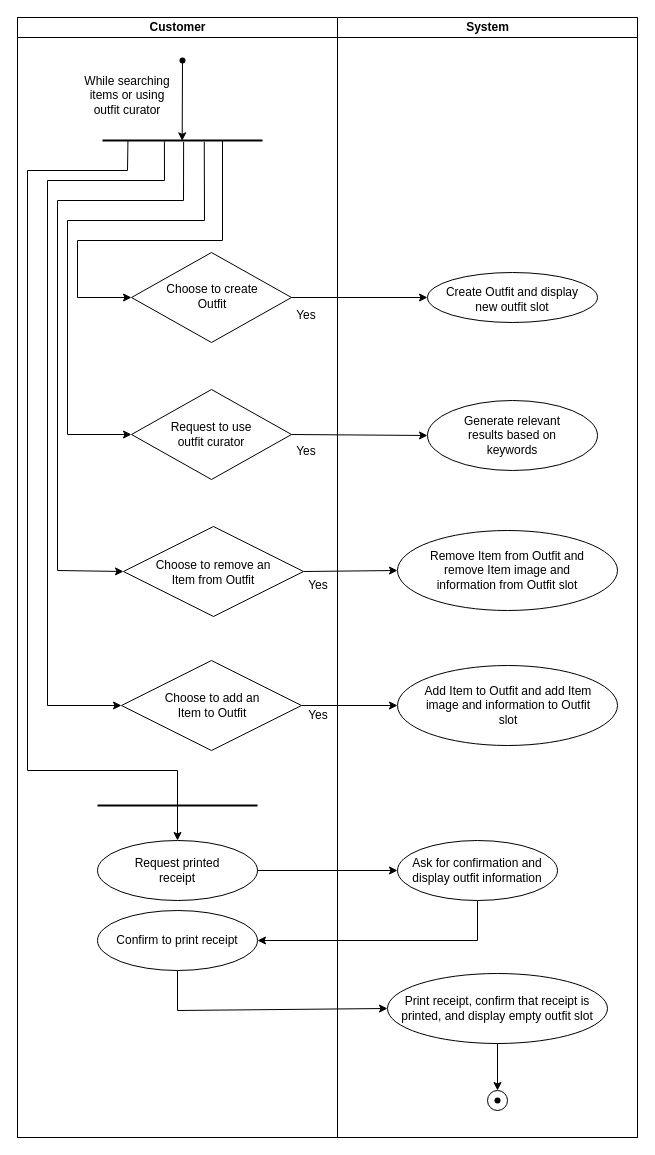
The draw.io diagram GroupAssignment2_Activity.drawio in CS3560-02-6-A/MallKioskSystem, before the edit. Source tidied: cells renumbered, new cells numbered last; positions are measured from the earlier drawing's top-left corner, leaving out a move shared by most shapes. Both pictures are drawn from the tidied source at 100%, with x=0, y=0 at pixel (17, 17).
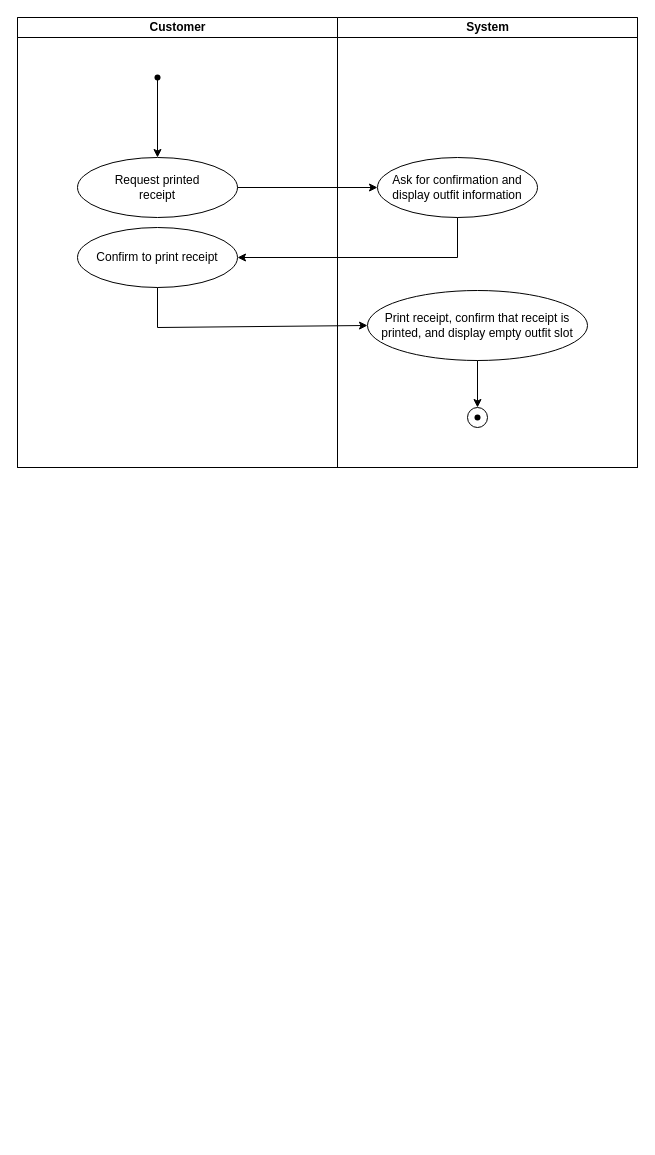
After the change.

What changed in the source:
```diff
@@
     <mxCell id="2" style="swimlane;startSize=0;html=1;" parent="1" vertex="1">
-      <mxGeometry width="620" height="1120" as="geometry" />
+      <mxGeometry width="620" height="450" as="geometry" />
     </mxCell>
     <mxCell id="3" value="Customer" style="swimlane;startSize=20;html=1;" parent="2" vertex="1">
-      <mxGeometry width="320" height="1120" as="geometry" />
+      <mxGeometry width="320" height="450" as="geometry" />
     </mxCell>
-    <mxCell id="4" value="While searching items or using outfit curator" style="text;html=1;whiteSpace=wrap;strokeColor=none;fillColor=none;align=center;verticalAlign=middle;rounded=0;" parent="3" vertex="1">
-      <mxGeometry x="60" y="53" width="100" height="50" as="geometry" />
-    </mxCell>
-    <mxCell id="5" style="rhombus;whiteSpace=wrap;html=1;" parent="3" vertex="1">
-      <mxGeometry x="114" y="235" width="160" height="90" as="geometry" />
-    </mxCell>
-    <mxCell id="6" value="Choose to create Outfit" style="text;html=1;whiteSpace=wrap;strokeColor=none;fillColor=none;align=center;verticalAlign=middle;rounded=0;" parent="3" vertex="1">
-      <mxGeometry x="145" y="259" width="100" height="40" as="geometry" />
-    </mxCell>
-    <mxCell id="7" style="rhombus;whiteSpace=wrap;html=1;" parent="3" vertex="1">
-      <mxGeometry x="114" y="372" width="160" height="90" as="geometry" />
-    </mxCell>
-    <mxCell id="8" style="rhombus;whiteSpace=wrap;html=1;" parent="3" vertex="1">
-      <mxGeometry x="106" y="509" width="180" height="90" as="geometry" />
-    </mxCell>
-    <mxCell id="9" value="Choose to remove an Item from Outfit" style="text;html=1;whiteSpace=wrap;strokeColor=none;fillColor=none;align=center;verticalAlign=middle;rounded=0;" parent="3" vertex="1">
-      <mxGeometry x="136" y="535" width="120" height="40" as="geometry" />
-    </mxCell>
-    <mxCell id="10" value="Yes" style="text;html=1;whiteSpace=wrap;strokeColor=none;fillColor=none;align=center;verticalAlign=middle;rounded=0;" parent="3" vertex="1">
-      <mxGeometry x="274" y="283" width="30" height="30" as="geometry" />
-    </mxCell>
-    <mxCell id="11" value="Yes" style="text;html=1;whiteSpace=wrap;strokeColor=none;fillColor=none;align=center;verticalAlign=middle;rounded=0;" parent="3" vertex="1">
-      <mxGeometry x="274" y="419" width="30" height="30" as="geometry" />
-    </mxCell>
-    <mxCell id="12" value="Yes" style="text;html=1;whiteSpace=wrap;strokeColor=none;fillColor=none;align=center;verticalAlign=middle;rounded=0;" parent="3" vertex="1">
-      <mxGeometry x="286" y="553" width="30" height="30" as="geometry" />
-    </mxCell>
-    <mxCell id="13" value="Request to use outfit curator" style="text;html=1;whiteSpace=wrap;strokeColor=none;fillColor=none;align=center;verticalAlign=middle;rounded=0;" parent="3" vertex="1">
-      <mxGeometry x="144" y="392" width="100" height="50" as="geometry" />
-    </mxCell>
-    <mxCell id="14" style="rhombus;whiteSpace=wrap;html=1;" parent="3" vertex="1">
-      <mxGeometry x="104" y="643" width="180" height="90" as="geometry" />
-    </mxCell>
-    <mxCell id="15" value="Choose to add an Item to Outfit" style="text;html=1;whiteSpace=wrap;strokeColor=none;fillColor=none;align=center;verticalAlign=middle;rounded=0;" parent="3" vertex="1">
-      <mxGeometry x="135" y="668" width="120" height="40" as="geometry" />
-    </mxCell>
-    <mxCell id="16" value="Yes" style="text;html=1;whiteSpace=wrap;strokeColor=none;fillColor=none;align=center;verticalAlign=middle;rounded=0;" parent="3" vertex="1">
-      <mxGeometry x="286" y="683" width="30" height="30" as="geometry" />
-    </mxCell>
+    <mxCell id="20" style="shape=waypoint;sketch=0;fillStyle=solid;size=6;points=[];fillColor=none;perimeter=centerPerimeter;snapToPoint=1;" parent="3" vertex="1">
+      <mxGeometry x="130" y="50" width="20" height="20" as="geometry" />
+    </mxCell>
+    <mxCell id="29" value="System" style="swimlane;startSize=20;html=1;" parent="2" vertex="1">
+      <mxGeometry x="320" width="300" height="450" as="geometry" />
+    </mxCell>
-    <mxCell id="17" style="ellipse;whiteSpace=wrap;html=1;" parent="3" vertex="1">
-      <mxGeometry x="80" y="823" width="160" height="60" as="geometry" />
+    <mxCell id="17" style="ellipse;whiteSpace=wrap;html=1;" parent="29" vertex="1">
+      <mxGeometry x="-260" y="140" width="160" height="60" as="geometry" />
     </mxCell>
-    <mxCell id="18" value="Request printed receipt" style="text;html=1;whiteSpace=wrap;strokeColor=none;fillColor=none;align=center;verticalAlign=middle;rounded=0;" parent="3" vertex="1">
-      <mxGeometry x="100" y="833" width="120" height="40" as="geometry" />
+    <mxCell id="18" value="Request printed receipt" style="text;html=1;whiteSpace=wrap;strokeColor=none;fillColor=none;align=center;verticalAlign=middle;rounded=0;" parent="29" vertex="1">
+      <mxGeometry x="-240" y="150" width="120" height="40" as="geometry" />
     </mxCell>
-    <mxCell id="19" value="Confirm to print receipt" style="ellipse;whiteSpace=wrap;html=1;" parent="3" vertex="1">
-      <mxGeometry x="80" y="893" width="160" height="60" as="geometry" />
+    <mxCell id="19" value="Confirm to print receipt" style="ellipse;whiteSpace=wrap;html=1;" parent="29" vertex="1">
+      <mxGeometry x="-260" y="210" width="160" height="60" as="geometry" />
     </mxCell>
-    <mxCell id="20" style="shape=waypoint;sketch=0;fillStyle=solid;size=6;points=[];fillColor=none;perimeter=centerPerimeter;snapToPoint=1;" parent="3" vertex="1">
-      <mxGeometry x="155" y="33" width="20" height="20" as="geometry" />
-    </mxCell>
-    <mxCell id="21" style="line;strokeWidth=2;html=1;" parent="3" vertex="1">
-      <mxGeometry x="80" y="783" width="160" height="10" as="geometry" />
-    </mxCell>
-    <mxCell id="22" style="line;strokeWidth=2;html=1;" parent="3" vertex="1">
-      <mxGeometry x="85" y="118" width="160" height="10" as="geometry" />
-    </mxCell>
-    <mxCell id="23" style="endArrow=classic;html=1;rounded=0;entryX=0.498;entryY=0.533;entryDx=0;entryDy=0;entryPerimeter=0;exitX=0.484;exitY=0.5;exitDx=0;exitDy=0;exitPerimeter=0;" parent="3" edge="1" source="20" target="22">
-      <mxGeometry relative="1" as="geometry" />
-    </mxCell>
-    <mxCell id="24" style="endArrow=classic;html=1;rounded=0;entryX=0;entryY=0.5;entryDx=0;entryDy=0;exitX=0.75;exitY=0.5;exitDx=0;exitDy=0;exitPerimeter=0;" parent="3" edge="1" source="22" target="5">
-      <mxGeometry relative="1" as="geometry">
-        <Array as="points">
-          <mxPoint x="205" y="223" />
-          <mxPoint x="60" y="223" />
-          <mxPoint x="60" y="280" />
-        </Array>
-      </mxGeometry>
-    </mxCell>
-    <mxCell id="25" style="endArrow=classic;html=1;rounded=0;entryX=0;entryY=0.5;entryDx=0;entryDy=0;exitX=0.636;exitY=0.643;exitDx=0;exitDy=0;exitPerimeter=0;" parent="3" edge="1" source="22" target="7">
-      <mxGeometry relative="1" as="geometry">
-        <Array as="points">
-          <mxPoint x="187" y="203" />
-          <mxPoint x="50" y="203" />
-          <mxPoint x="50" y="417" />
-        </Array>
-      </mxGeometry>
-    </mxCell>
-    <mxCell id="26" style="endArrow=classic;html=1;rounded=0;entryX=0;entryY=0.5;entryDx=0;entryDy=0;exitX=0.507;exitY=0.643;exitDx=0;exitDy=0;exitPerimeter=0;" parent="3" edge="1" source="22" target="8">
-      <mxGeometry relative="1" as="geometry">
-        <Array as="points">
-          <mxPoint x="166" y="183" />
-          <mxPoint x="40" y="183" />
-          <mxPoint x="40" y="553" />
-        </Array>
-      </mxGeometry>
-    </mxCell>
-    <mxCell id="27" style="endArrow=classic;html=1;rounded=0;entryX=0;entryY=0.5;entryDx=0;entryDy=0;exitX=0.387;exitY=0.592;exitDx=0;exitDy=0;exitPerimeter=0;" parent="3" edge="1" source="22" target="14">
-      <mxGeometry relative="1" as="geometry">
-        <Array as="points">
-          <mxPoint x="147" y="163" />
-          <mxPoint x="30" y="163" />
-          <mxPoint x="30" y="688" />
-        </Array>
-      </mxGeometry>
-    </mxCell>
-    <mxCell id="28" style="endArrow=classic;html=1;rounded=0;entryX=0.5;entryY=0;entryDx=0;entryDy=0;exitX=0.159;exitY=0.541;exitDx=0;exitDy=0;exitPerimeter=0;" parent="3" edge="1" source="22" target="17">
-      <mxGeometry relative="1" as="geometry">
-        <Array as="points">
-          <mxPoint x="110" y="153" />
-          <mxPoint x="10" y="153" />
-          <mxPoint x="10" y="753" />
-          <mxPoint x="160" y="753" />
-        </Array>
-      </mxGeometry>
-    </mxCell>
-    <mxCell id="29" value="System" style="swimlane;startSize=20;html=1;" parent="2" vertex="1">
-      <mxGeometry x="320" width="300" height="1120" as="geometry" />
-    </mxCell>
-    <mxCell id="30" style="ellipse;whiteSpace=wrap;html=1;" parent="29" vertex="1">
-      <mxGeometry x="90" y="255" width="170" height="50" as="geometry" />
-    </mxCell>
-    <mxCell id="31" style="ellipse;whiteSpace=wrap;html=1;" parent="29" vertex="1">
-      <mxGeometry x="90" y="383" width="170" height="70" as="geometry" />
-    </mxCell>
-    <mxCell id="32" style="ellipse;whiteSpace=wrap;html=1;" parent="29" vertex="1">
-      <mxGeometry x="60" y="513" width="220" height="80" as="geometry" />
-    </mxCell>
-    <mxCell id="33" value="Create Outfit and display new outfit slot" style="text;html=1;whiteSpace=wrap;strokeColor=none;fillColor=none;align=center;verticalAlign=middle;rounded=0;" parent="29" vertex="1">
-      <mxGeometry x="100" y="267" width="150" height="30" as="geometry" />
-    </mxCell>
-    <mxCell id="34" value="Generate relevant results based on keywords" style="text;html=1;whiteSpace=wrap;strokeColor=none;fillColor=none;align=center;verticalAlign=middle;rounded=0;" parent="29" vertex="1">
-      <mxGeometry x="120" y="393" width="110" height="50" as="geometry" />
-    </mxCell>
-    <mxCell id="35" value="Remove Item from Outfit and remove Item image and information from Outfit slot" style="text;html=1;whiteSpace=wrap;strokeColor=none;fillColor=none;align=center;verticalAlign=middle;rounded=0;" parent="29" vertex="1">
-      <mxGeometry x="80" y="523" width="180" height="60" as="geometry" />
-    </mxCell>
-    <mxCell id="36" style="ellipse;whiteSpace=wrap;html=1;" parent="29" vertex="1">
-      <mxGeometry x="60" y="648" width="220" height="80" as="geometry" />
-    </mxCell>
-    <mxCell id="37" value="Add Item to Outfit and add Item image and information to Outfit slot" style="text;html=1;whiteSpace=wrap;strokeColor=none;fillColor=none;align=center;verticalAlign=middle;rounded=0;" parent="29" vertex="1">
-      <mxGeometry x="81" y="658" width="180" height="60" as="geometry" />
-    </mxCell>
     <mxCell id="38" value="Ask for confirmation and display outfit information" style="ellipse;whiteSpace=wrap;html=1;" parent="29" vertex="1">
-      <mxGeometry x="60" y="823" width="160" height="60" as="geometry" />
+      <mxGeometry x="40" y="140" width="160" height="60" as="geometry" />
     </mxCell>
     <mxCell id="39" value="Print receipt, confirm that receipt is printed, and display empty outfit slot" style="ellipse;whiteSpace=wrap;html=1;" parent="29" vertex="1">
-      <mxGeometry x="50" y="956" width="220" height="70" as="geometry" />
+      <mxGeometry x="30" y="273" width="220" height="70" as="geometry" />
     </mxCell>
     <mxCell id="40" style="ellipse;whiteSpace=wrap;html=1;" parent="29" vertex="1">
-      <mxGeometry x="150" y="1073" width="20" height="20" as="geometry" />
+      <mxGeometry x="130" y="390" width="20" height="20" as="geometry" />
     </mxCell>
     <mxCell id="41" style="shape=waypoint;sketch=0;fillStyle=solid;size=6;fillColor=none;perimeter=centerPerimeter;" parent="29" vertex="1">
-      <mxGeometry x="150" y="1073" width="20" height="20" as="geometry" />
+      <mxGeometry x="130" y="390" width="20" height="20" as="geometry" />
     </mxCell>
     <mxCell id="42" style="endArrow=classic;html=1;rounded=0;exitX=0.5;exitY=1;exitDx=0;exitDy=0;" parent="29" edge="1" source="39">
       <mxGeometry relative="1" as="geometry">
-        <mxPoint x="160" y="1073" as="targetPoint" />
+        <mxPoint x="140" y="390" as="targetPoint" />
       </mxGeometry>
     </mxCell>
-    <mxCell id="43" style="endArrow=classic;html=1;rounded=0;exitX=1;exitY=0.5;exitDx=0;exitDy=0;entryX=0;entryY=0.5;entryDx=0;entryDy=0;" parent="2" edge="1" source="5" target="30">
-      <mxGeometry relative="1" as="geometry" />
-    </mxCell>
-    <mxCell id="44" style="endArrow=classic;html=1;rounded=0;exitX=1;exitY=0.5;exitDx=0;exitDy=0;entryX=0;entryY=0.5;entryDx=0;entryDy=0;" parent="2" edge="1" source="7" target="31">
-      <mxGeometry relative="1" as="geometry" />
-    </mxCell>
-    <mxCell id="45" style="endArrow=classic;html=1;rounded=0;exitX=1;exitY=0.5;exitDx=0;exitDy=0;entryX=0;entryY=0.5;entryDx=0;entryDy=0;" parent="2" edge="1" source="8" target="32">
-      <mxGeometry relative="1" as="geometry" />
-    </mxCell>
-    <mxCell id="46" style="endArrow=classic;html=1;rounded=0;entryX=0;entryY=0.5;entryDx=0;entryDy=0;exitX=1;exitY=0.5;exitDx=0;exitDy=0;" parent="2" edge="1" source="14" target="36">
-      <mxGeometry relative="1" as="geometry" />
-    </mxCell>
-    <mxCell id="47" style="endArrow=classic;html=1;rounded=0;exitX=1;exitY=0.5;exitDx=0;exitDy=0;entryX=0;entryY=0.5;entryDx=0;entryDy=0;" parent="2" edge="1" source="17" target="38">
+    <mxCell id="47" style="endArrow=classic;html=1;rounded=0;exitX=1;exitY=0.5;exitDx=0;exitDy=0;entryX=0;entryY=0.5;entryDx=0;entryDy=0;" parent="29" edge="1" source="17" target="38">
       <mxGeometry relative="1" as="geometry" />
     </mxCell>
-    <mxCell id="48" style="endArrow=classic;html=1;rounded=0;exitX=0.5;exitY=1;exitDx=0;exitDy=0;entryX=0;entryY=0.5;entryDx=0;entryDy=0;" parent="2" edge="1" source="19" target="39">
+    <mxCell id="48" style="endArrow=classic;html=1;rounded=0;exitX=0.5;exitY=1;exitDx=0;exitDy=0;entryX=0;entryY=0.5;entryDx=0;entryDy=0;" parent="29" edge="1" source="19" target="39">
       <mxGeometry relative="1" as="geometry">
         <Array as="points">
-          <mxPoint x="160" y="993" />
+          <mxPoint x="-180" y="310" />
         </Array>
       </mxGeometry>
     </mxCell>
-    <mxCell id="49" style="endArrow=classic;html=1;rounded=0;exitX=0.5;exitY=1;exitDx=0;exitDy=0;" parent="1" edge="1" source="38">
+    <mxCell id="49" style="endArrow=classic;html=1;rounded=0;exitX=0.5;exitY=1;exitDx=0;exitDy=0;" parent="29" edge="1" source="38">
       <mxGeometry relative="1" as="geometry">
-        <mxPoint x="240" y="923" as="targetPoint" />
+        <mxPoint x="-100" y="240" as="targetPoint" />
         <Array as="points">
-          <mxPoint x="460" y="923" />
+          <mxPoint x="120" y="240" />
         </Array>
       </mxGeometry>
     </mxCell>
+    <mxCell id="23" style="endArrow=classic;html=1;rounded=0;entryX=0.5;entryY=0;entryDx=0;entryDy=0;exitX=0.5;exitY=0.5;exitDx=0;exitDy=0;exitPerimeter=0;" parent="2" edge="1" source="20" target="17">
+      <mxGeometry relative="1" as="geometry" />
+    </mxCell>
```
